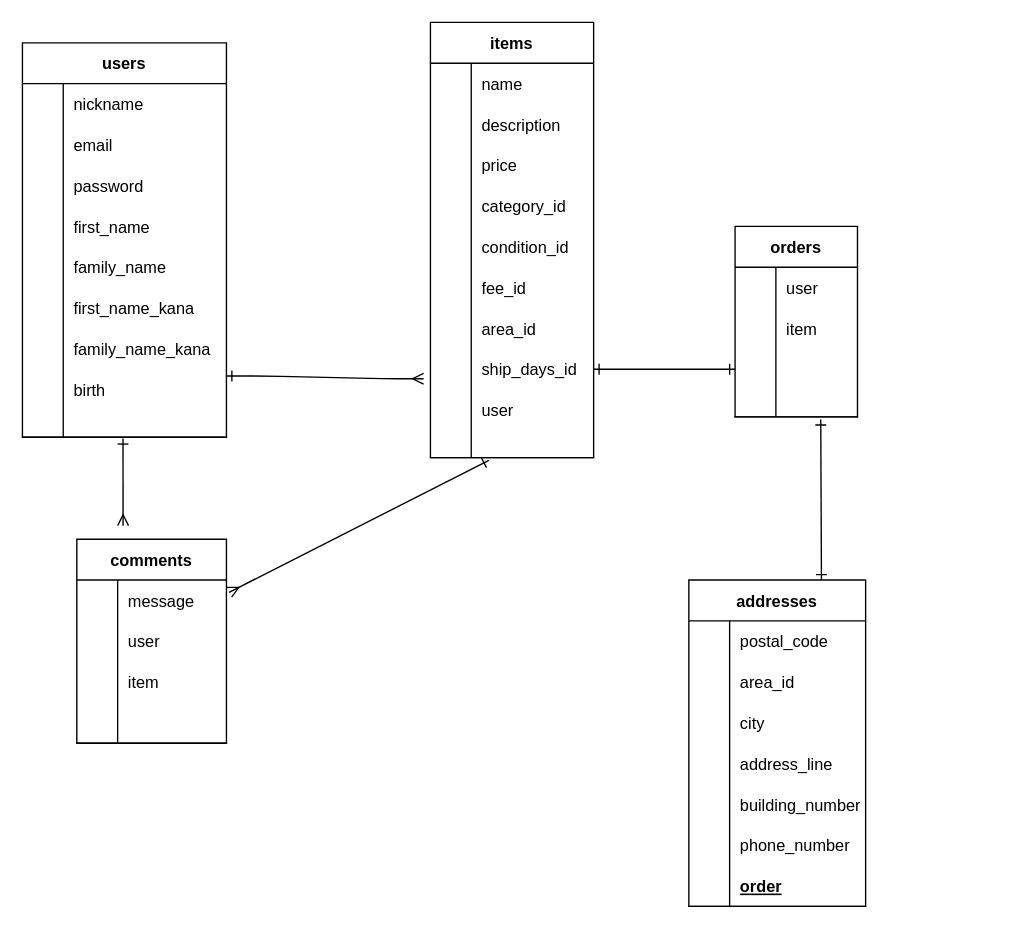
Above: furima.dio in 14tk/furima-37381-2 (draw.io), before the change. Source tidied: cells renumbered, new cells numbered last; positions are measured from the earlier drawing's top-left corner, leaving out a move shared by most shapes. Both pictures are drawn from the tidied source at 136%, with x=0, y=0 at pixel (22, 22).
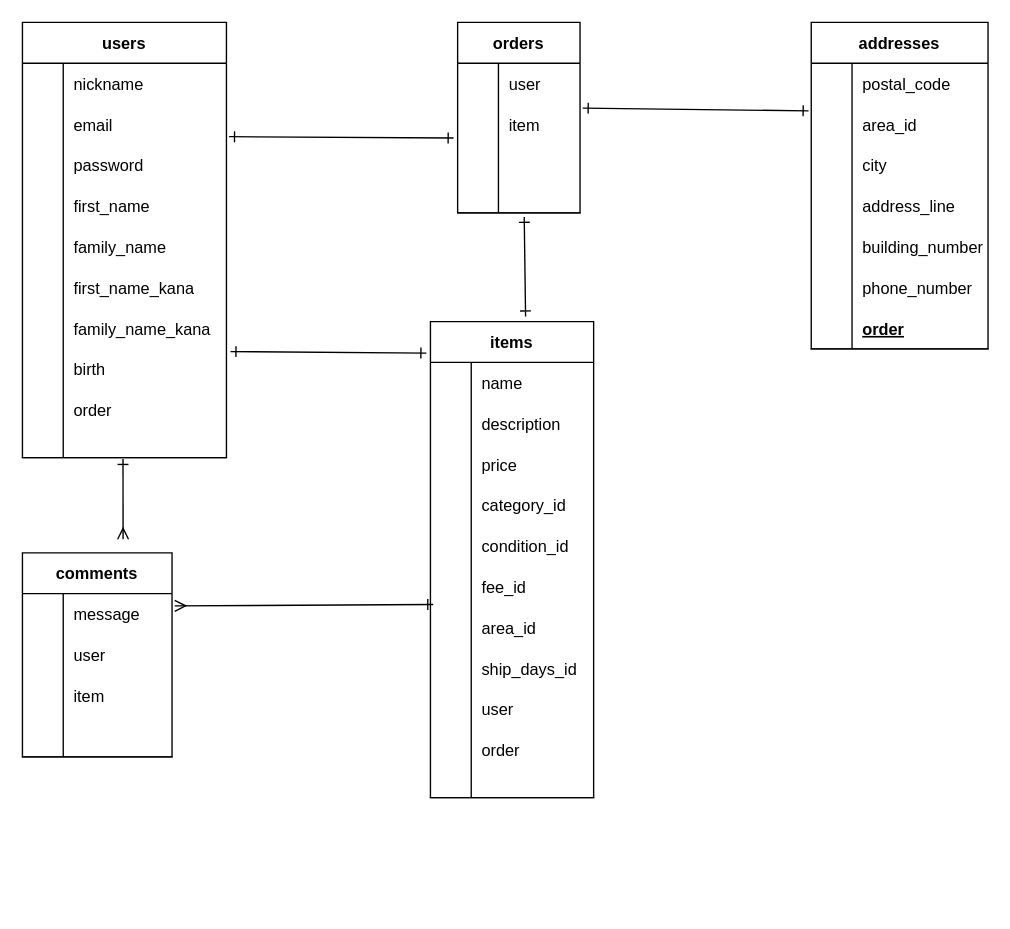
Above is the later version.

Unchanged cells that the change refers to:
```xml
<mxCell id="8" style="shape=partialRectangle;fillColor=none;top=0;left=0;bottom=0;right=0;points=[[0,0.5],[1,0.5]];portConstraint=eastwest;" parent="4" vertex="1">
  <mxGeometry y="60" width="150" height="30" as="geometry" />
</mxCell>
<mxCell id="26" style="shape=partialRectangle;fillColor=none;top=0;left=0;bottom=0;right=0;points=[[0,0.5],[1,0.5]];portConstraint=eastwest;" parent="4" vertex="1">
  <mxGeometry y="240" width="150" height="30" as="geometry" />
</mxCell>
<mxCell id="51" style="shape=partialRectangle;fillColor=none;top=0;left=0;bottom=0;right=0;points=[[0,0.5],[1,0.5]];portConstraint=eastwest;" parent="32" vertex="1">
  <mxGeometry y="210" width="120" height="30" as="geometry" />
</mxCell>
<mxCell id="54" style="shape=partialRectangle;fillColor=none;top=0;left=0;bottom=0;right=0;points=[[0,0.5],[1,0.5]];portConstraint=eastwest;" parent="32" vertex="1">
  <mxGeometry y="240" width="120" height="30" as="geometry" />
</mxCell>
<mxCell id="64" style="shape=partialRectangle;fillColor=none;top=0;left=0;bottom=0;right=0;points=[[0,0.5],[1,0.5]];portConstraint=eastwest;" parent="63" vertex="1">
  <mxGeometry y="30" width="110" height="30" as="geometry" />
</mxCell>
<mxCell id="80" style="shape=partialRectangle;fillColor=none;top=0;left=0;bottom=0;right=0;points=[[0,0.5],[1,0.5]];portConstraint=eastwest;" parent="76" vertex="1">
  <mxGeometry y="60" width="90" height="30" as="geometry" />
</mxCell>
<mxCell id="83" style="shape=partialRectangle;fillColor=none;top=0;left=0;bottom=0;right=0;points=[[0,0.5],[1,0.5]];portConstraint=eastwest;" parent="76" vertex="1">
  <mxGeometry y="90" width="90" height="30" as="geometry" />
</mxCell>
<mxCell id="86" style="shape=partialRectangle;fillColor=none;top=0;left=0;bottom=1;right=0;points=[[0,0.5],[1,0.5]];portConstraint=eastwest;" parent="76" vertex="1">
  <mxGeometry y="120" width="90" height="20" as="geometry" />
</mxCell>
<mxCell id="93" style="shape=partialRectangle;fillColor=none;top=0;left=0;bottom=0;right=0;points=[[0,0.5],[1,0.5]];portConstraint=eastwest;" parent="89" vertex="1">
  <mxGeometry y="60" width="130" height="30" as="geometry" />
</mxCell>
```

What changed in the source:
```diff
@@
     <mxCell id="4" value="users" style="shape=table;startSize=30;childLayout=tableLayout;rowLines=0;fontStyle=1;align=center;" parent="1" vertex="1">
-      <mxGeometry y="15" width="150" height="290" as="geometry" />
+      <mxGeometry width="150" height="320" as="geometry" />
     </mxCell>
@@
+    <mxCell id="116" style="shape=partialRectangle;fillColor=none;top=0;left=0;bottom=0;right=0;" parent="4" vertex="1">
+      <mxGeometry y="270" width="150" height="30" as="geometry" />
+    </mxCell>
+    <mxCell id="117" style="shape=partialRectangle;fillColor=none;top=0;left=0;bottom=0;right=0;overflow=hidden;" parent="116" vertex="1">
+      <mxGeometry width="30" height="30" as="geometry" />
+    </mxCell>
+    <mxCell id="118" value="order" style="shape=partialRectangle;fillColor=none;top=0;left=0;bottom=0;right=0;align=left;spacingLeft=6;overflow=hidden;" parent="116" vertex="1">
+      <mxGeometry x="30" width="120" height="30" as="geometry" />
+    </mxCell>
     <mxCell id="29" style="shape=partialRectangle;fillColor=none;top=0;left=0;bottom=1;right=0;points=[[0,0.5],[1,0.5]];portConstraint=eastwest;" parent="4" vertex="1">
-      <mxGeometry y="270" width="150" height="20" as="geometry" />
+      <mxGeometry y="300" width="150" height="20" as="geometry" />
     </mxCell>
@@
     <mxCell id="32" value="items" style="shape=table;startSize=30;childLayout=tableLayout;rowLines=0;fontStyle=1;align=center;" parent="1" vertex="1">
-      <mxGeometry x="300" width="120" height="320" as="geometry" />
+      <mxGeometry x="300" y="220" width="120" height="350" as="geometry" />
     </mxCell>
@@
+    <mxCell id="119" style="shape=partialRectangle;fillColor=none;top=0;left=0;bottom=0;right=0;" parent="32" vertex="1">
+      <mxGeometry y="270" width="120" height="30" as="geometry" />
+    </mxCell>
+    <mxCell id="120" style="shape=partialRectangle;fillColor=none;top=0;left=0;bottom=0;right=0;overflow=hidden;" parent="119" vertex="1">
+      <mxGeometry width="30" height="30" as="geometry" />
+    </mxCell>
+    <mxCell id="121" value="user" style="shape=partialRectangle;fillColor=none;top=0;left=0;bottom=0;right=0;align=left;spacingLeft=6;overflow=hidden;" parent="119" vertex="1">
+      <mxGeometry x="30" width="90" height="30" as="geometry" />
+    </mxCell>
     <mxCell id="57" style="shape=partialRectangle;fillColor=none;top=0;left=0;bottom=0;right=0;" parent="32" vertex="1">
-      <mxGeometry y="270" width="120" height="30" as="geometry" />
+      <mxGeometry y="300" width="120" height="30" as="geometry" />
     </mxCell>
@@
-    <mxCell id="59" value="user" style="shape=partialRectangle;fillColor=none;top=0;left=0;bottom=0;right=0;align=left;spacingLeft=6;overflow=hidden;" parent="57" vertex="1">
+    <mxCell id="59" value="order" style="shape=partialRectangle;fillColor=none;top=0;left=0;bottom=0;right=0;align=left;spacingLeft=6;overflow=hidden;" parent="57" vertex="1">
       <mxGeometry x="30" width="90" height="30" as="geometry" />
     </mxCell>
     <mxCell id="60" style="shape=partialRectangle;fillColor=none;top=0;left=0;bottom=1;right=0;points=[[0,0.5],[1,0.5]];portConstraint=eastwest;" parent="32" vertex="1">
-      <mxGeometry y="300" width="120" height="20" as="geometry" />
+      <mxGeometry y="330" width="120" height="20" as="geometry" />
     </mxCell>
@@
     <mxCell id="63" value="comments" style="shape=table;startSize=30;childLayout=tableLayout;rowLines=0;fontStyle=1;align=center;" parent="1" vertex="1">
-      <mxGeometry x="40" y="380" width="110" height="150" as="geometry" />
+      <mxGeometry y="390" width="110" height="150" as="geometry" />
     </mxCell>
@@
     <mxCell id="76" value="orders" style="shape=table;startSize=30;childLayout=tableLayout;rowLines=0;fontStyle=1;align=center;" parent="1" vertex="1">
-      <mxGeometry x="524" y="150" width="90" height="140" as="geometry" />
+      <mxGeometry x="320" width="90" height="140" as="geometry" />
     </mxCell>
@@
     <mxCell id="89" value="addresses" style="shape=table;startSize=30;childLayout=tableLayout;rowLines=0;fontStyle=1;align=center;" parent="1" vertex="1">
-      <mxGeometry x="490" y="410" width="130" height="240" as="geometry" />
+      <mxGeometry x="580" width="130" height="240" as="geometry" />
     </mxCell>
@@
-    <mxCell id="111" style="edgeStyle=entityRelationEdgeStyle;html=1;exitX=1;exitY=0.167;exitDx=0;exitDy=0;startArrow=ERone;startFill=0;endArrow=ERmany;endFill=0;exitPerimeter=0;entryX=-0.042;entryY=0.733;entryDx=0;entryDy=0;entryPerimeter=0;" parent="1" edge="1" source="26" target="54">
-      <mxGeometry relative="1" as="geometry" />
-    </mxCell>
     <mxCell id="112" style="html=1;exitX=0.493;exitY=1.05;exitDx=0;exitDy=0;startArrow=ERone;startFill=0;endArrow=ERmany;endFill=0;exitPerimeter=0;" parent="1" edge="1" source="29">
       <mxGeometry relative="1" as="geometry">
-        <mxPoint x="74" y="370" as="targetPoint" />
+        <mxPoint x="74" y="380" as="targetPoint" />
       </mxGeometry>
     </mxCell>
-    <mxCell id="113" style="html=1;exitX=0.358;exitY=1.1;exitDx=0;exitDy=0;entryX=1.018;entryY=0.3;entryDx=0;entryDy=0;entryPerimeter=0;startArrow=ERone;startFill=0;endArrow=ERmany;endFill=0;exitPerimeter=0;" parent="1" edge="1" source="60" target="64">
+    <mxCell id="113" style="html=1;exitX=0.017;exitY=-0.067;exitDx=0;exitDy=0;entryX=1.018;entryY=0.3;entryDx=0;entryDy=0;entryPerimeter=0;startArrow=ERone;startFill=0;endArrow=ERmany;endFill=0;exitPerimeter=0;" parent="1" edge="1" source="51" target="64">
       <mxGeometry relative="1" as="geometry" />
     </mxCell>
-    <mxCell id="114" style="html=1;startArrow=ERone;startFill=0;endArrow=ERone;endFill=0;entryX=0.75;entryY=0;entryDx=0;entryDy=0;exitX=0.7;exitY=1.1;exitDx=0;exitDy=0;exitPerimeter=0;" parent="1" edge="1" source="86" target="89">
+    <mxCell id="114" style="html=1;startArrow=ERone;startFill=0;endArrow=ERone;endFill=0;exitX=1.022;exitY=0.1;exitDx=0;exitDy=0;exitPerimeter=0;entryX=-0.015;entryY=0.167;entryDx=0;entryDy=0;entryPerimeter=0;" parent="1" edge="1" source="80" target="93">
       <mxGeometry relative="1" as="geometry" />
     </mxCell>
-    <mxCell id="115" style="html=1;startArrow=ERone;startFill=0;endArrow=ERone;endFill=0;entryX=0;entryY=0.5;entryDx=0;entryDy=0;exitX=1;exitY=0.5;exitDx=0;exitDy=0;" parent="1" edge="1" source="54" target="83">
+    <mxCell id="115" style="html=1;startArrow=ERone;startFill=0;endArrow=ERone;endFill=0;entryX=-0.033;entryY=0.833;entryDx=0;entryDy=0;exitX=1.013;exitY=0.8;exitDx=0;exitDy=0;exitPerimeter=0;entryPerimeter=0;" parent="1" edge="1" source="8" target="80">
       <mxGeometry relative="1" as="geometry" />
     </mxCell>
+    <mxCell id="122" style="html=1;startArrow=ERone;startFill=0;endArrow=ERone;endFill=0;exitX=1.02;exitY=0.067;exitDx=0;exitDy=0;exitPerimeter=0;entryX=-0.025;entryY=0.066;entryDx=0;entryDy=0;entryPerimeter=0;" parent="1" edge="1" source="26" target="32">
+      <mxGeometry relative="1" as="geometry" />
+    </mxCell>
+    <mxCell id="123" style="html=1;startArrow=ERone;startFill=0;endArrow=ERone;endFill=0;entryX=0.583;entryY=-0.011;entryDx=0;entryDy=0;exitX=0.544;exitY=1.15;exitDx=0;exitDy=0;exitPerimeter=0;entryPerimeter=0;" parent="1" edge="1" source="86" target="32">
+      <mxGeometry relative="1" as="geometry" />
+    </mxCell>
```
